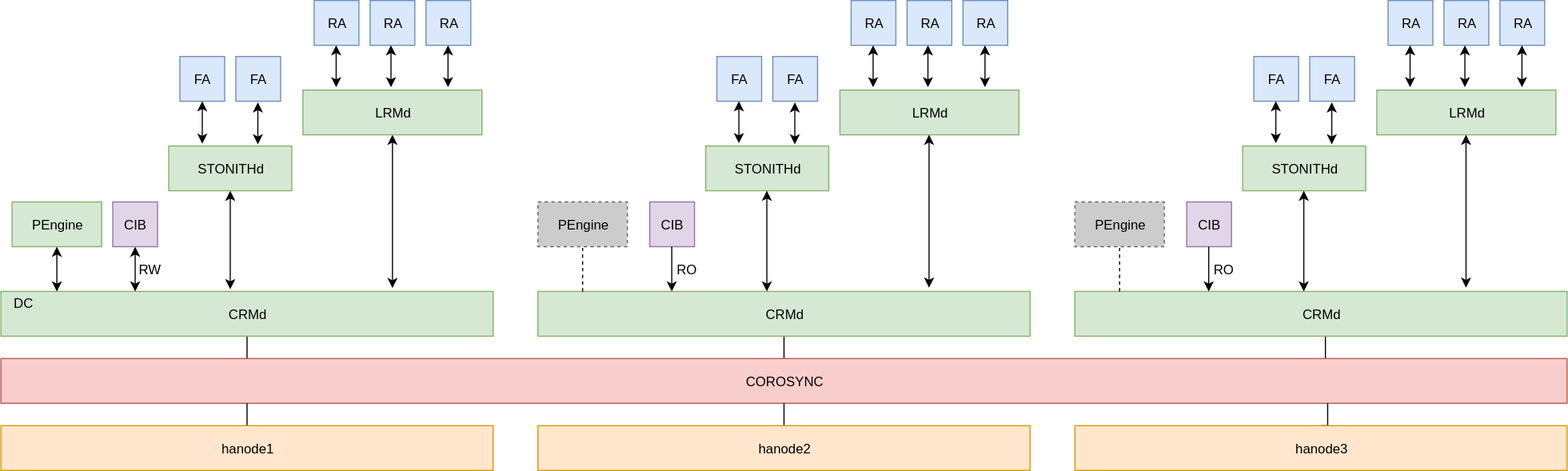
Earlier version of the draw.io export docs/workshop/fr/medias/pcmk_diag1.svg (ClusterLabs/PAF). Source tidied: cells renumbered, new cells last; positions are measured from the earlier drawing's top-left corner, leaving out a move shared by most shapes.
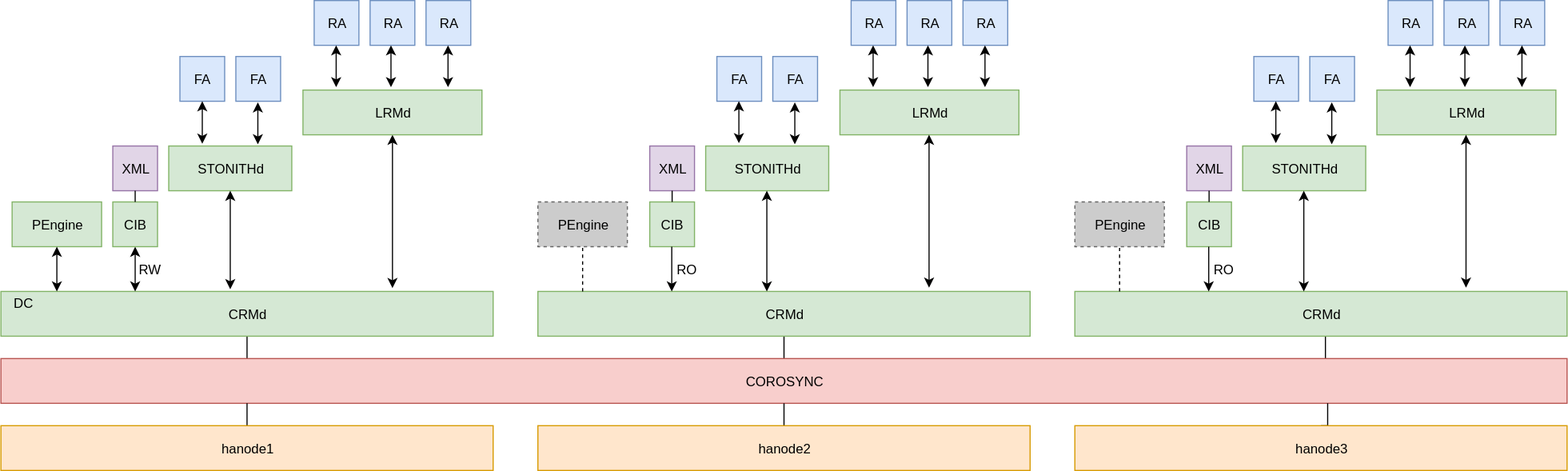
Above is the later version.

What changed in the source:
```diff
@@ -11,7 +11,7 @@
     <mxCell id="4" style="edgeStyle=orthogonalEdgeStyle;rounded=0;html=1;exitX=0.5;exitY=1;entryX=0.272;entryY=0;entryPerimeter=0;startArrow=classic;startFill=1;endArrow=classic;endFill=1;jettySize=auto;" parent="1" edge="1" source="5" target="3">
       <mxGeometry relative="1" as="geometry" />
     </mxCell>
-    <mxCell id="5" value="CIB" style="rounded=0;whiteSpace=wrap;html=1;fillColor=#e1d5e7;strokeColor=#9673a6;" parent="1" vertex="1">
+    <mxCell id="5" value="CIB" style="rounded=0;whiteSpace=wrap;html=1;fillColor=#d5e8d4;strokeColor=#82b366;" parent="1" vertex="1">
       <mxGeometry x="100" y="180" width="40" height="40" as="geometry" />
     </mxCell>
     <mxCell id="6" value="STONITHd" style="rounded=0;whiteSpace=wrap;html=1;fillColor=#d5e8d4;strokeColor=#82b366;" parent="1" vertex="1">
@@ -47,7 +47,7 @@
     <mxCell id="16" value="CRMd" style="rounded=0;whiteSpace=wrap;html=1;fillColor=#d5e8d4;strokeColor=#82b366;" parent="1" vertex="1">
       <mxGeometry x="480" y="260" width="440" height="40" as="geometry" />
     </mxCell>
-    <mxCell id="17" value="CIB" style="rounded=0;whiteSpace=wrap;html=1;fillColor=#e1d5e7;strokeColor=#9673a6;" parent="1" vertex="1">
+    <mxCell id="17" value="CIB" style="rounded=0;whiteSpace=wrap;html=1;fillColor=#d5e8d4;strokeColor=#82b366;" parent="1" vertex="1">
       <mxGeometry x="580" y="180" width="40" height="40" as="geometry" />
     </mxCell>
     <mxCell id="18" value="STONITHd" style="rounded=0;whiteSpace=wrap;html=1;fillColor=#d5e8d4;strokeColor=#82b366;" parent="1" vertex="1">
@@ -77,7 +77,7 @@
     <mxCell id="26" value="CRMd" style="rounded=0;whiteSpace=wrap;html=1;fillColor=#d5e8d4;strokeColor=#82b366;" parent="1" vertex="1">
       <mxGeometry x="960" y="260" width="440" height="40" as="geometry" />
     </mxCell>
-    <mxCell id="27" value="CIB" style="rounded=0;whiteSpace=wrap;html=1;fillColor=#e1d5e7;strokeColor=#9673a6;" parent="1" vertex="1">
+    <mxCell id="27" value="CIB" style="rounded=0;whiteSpace=wrap;html=1;fillColor=#d5e8d4;strokeColor=#82b366;" parent="1" vertex="1">
       <mxGeometry x="1060" y="180" width="40" height="40" as="geometry" />
     </mxCell>
     <mxCell id="28" value="STONITHd" style="rounded=0;whiteSpace=wrap;html=1;fillColor=#d5e8d4;strokeColor=#82b366;" parent="1" vertex="1">
@@ -285,5 +285,23 @@
         <mxPoint x="1000" y="220" as="targetPoint" />
       </mxGeometry>
     </mxCell>
+    <mxCell id="73" value="XML" style="rounded=0;whiteSpace=wrap;html=1;fillColor=#e1d5e7;strokeColor=#9673a6;" parent="1" vertex="1">
+      <mxGeometry x="100" y="130" width="40" height="40" as="geometry" />
+    </mxCell>
+    <mxCell id="74" value="XML" style="rounded=0;whiteSpace=wrap;html=1;fillColor=#e1d5e7;strokeColor=#9673a6;" parent="1" vertex="1">
+      <mxGeometry x="580" y="130" width="40" height="40" as="geometry" />
+    </mxCell>
+    <mxCell id="75" value="XML" style="rounded=0;whiteSpace=wrap;html=1;fillColor=#e1d5e7;strokeColor=#9673a6;" parent="1" vertex="1">
+      <mxGeometry x="1060" y="130" width="40" height="40" as="geometry" />
+    </mxCell>
+    <mxCell id="76" style="endArrow=none;html=1;fontSize=24;fontColor=#FF0000;entryX=0.5;entryY=1;exitX=0.5;exitY=0;" parent="1" edge="1" source="5" target="73">
+      <mxGeometry relative="1" as="geometry" />
+    </mxCell>
+    <mxCell id="77" style="endArrow=none;html=1;fontSize=24;fontColor=#FF0000;exitX=0.5;exitY=0;entryX=0.5;entryY=1;" parent="1" edge="1" source="17" target="74">
+      <mxGeometry relative="1" as="geometry" />
+    </mxCell>
+    <mxCell id="78" style="endArrow=none;html=1;fontSize=24;fontColor=#FF0000;entryX=0.5;entryY=1;exitX=0.5;exitY=0;" parent="1" edge="1" source="27" target="75">
+      <mxGeometry relative="1" as="geometry" />
+    </mxCell>
   </root>
 </mxGraphModel>
```
